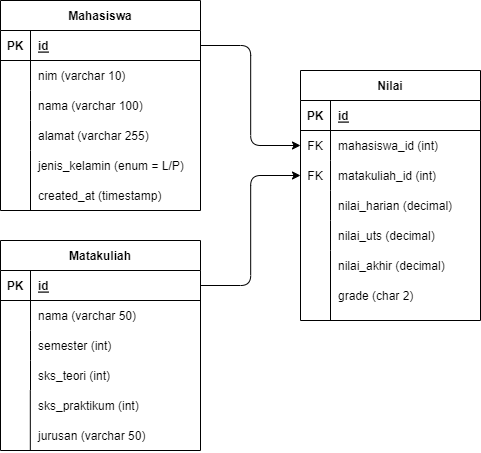
This is scheme.drawio.png from pahrulirfan/web-dasar-php-d3, a draw.io export, as it was before one commit. Source tidied: cells renumbered, new cells last; positions are measured from the earlier drawing's top-left corner, leaving out a move shared by most shapes. Source of this version:
```xml
<mxGraphModel>
  <root>
    <mxCell id="0" />
    <mxCell id="1" parent="0" />
    <mxCell id="2" value="Mahasiswa" style="shape=table;startSize=30;rowLines=0;fontStyle=1;align=center;" parent="1" vertex="1">
      <mxGeometry width="200" height="210" as="geometry" />
    </mxCell>
    <mxCell id="3" style="shape=tableRow;horizontal=0;startSize=0;swimlaneHead=0;swimlaneBody=0;fillColor=none;points=[[0,0.5],[1,0.5]];portConstraint=eastwest;top=0;left=0;right=0;bottom=1;" parent="2" vertex="1">
      <mxGeometry y="30" width="200" height="30" as="geometry" />
    </mxCell>
    <mxCell id="4" value="PK" style="shape=partialRectangle;fillColor=none;top=0;left=0;bottom=0;right=0;fontStyle=1;overflow=hidden;" parent="3" vertex="1">
      <mxGeometry width="30" height="30" as="geometry" />
    </mxCell>
    <mxCell id="5" value="id" style="shape=partialRectangle;fillColor=none;top=0;left=0;bottom=0;right=0;align=left;spacingLeft=6;fontStyle=5;overflow=hidden;" parent="3" vertex="1">
      <mxGeometry x="30" width="170" height="30" as="geometry" />
    </mxCell>
    <mxCell id="6" style="shape=tableRow;horizontal=0;startSize=0;swimlaneHead=0;swimlaneBody=0;fillColor=none;top=0;left=0;right=0;bottom=0;" parent="2" vertex="1">
      <mxGeometry y="60" width="200" height="30" as="geometry" />
    </mxCell>
    <mxCell id="7" style="shape=partialRectangle;fillColor=none;top=0;left=0;bottom=0;right=0;overflow=hidden;" parent="6" vertex="1">
      <mxGeometry width="30" height="30" as="geometry" />
    </mxCell>
    <mxCell id="8" value="nim (varchar 10)" style="shape=partialRectangle;fillColor=none;top=0;left=0;bottom=0;right=0;align=left;spacingLeft=6;overflow=hidden;" parent="6" vertex="1">
      <mxGeometry x="30" width="170" height="30" as="geometry" />
    </mxCell>
    <mxCell id="9" style="shape=tableRow;horizontal=0;startSize=0;swimlaneHead=0;swimlaneBody=0;fillColor=none;top=0;left=0;right=0;bottom=0;" parent="2" vertex="1">
      <mxGeometry y="90" width="200" height="30" as="geometry" />
    </mxCell>
    <mxCell id="10" style="shape=partialRectangle;fillColor=none;top=0;left=0;bottom=0;right=0;overflow=hidden;" parent="9" vertex="1">
      <mxGeometry width="30" height="30" as="geometry" />
    </mxCell>
    <mxCell id="11" value="nama (varchar 100)" style="shape=partialRectangle;fillColor=none;top=0;left=0;bottom=0;right=0;align=left;spacingLeft=6;overflow=hidden;" parent="9" vertex="1">
      <mxGeometry x="30" width="170" height="30" as="geometry" />
    </mxCell>
    <mxCell id="12" style="shape=tableRow;horizontal=0;startSize=0;swimlaneHead=0;swimlaneBody=0;fillColor=none;top=0;left=0;right=0;bottom=0;" parent="2" vertex="1">
      <mxGeometry y="120" width="200" height="30" as="geometry" />
    </mxCell>
    <mxCell id="13" style="shape=partialRectangle;fillColor=none;top=0;left=0;bottom=0;right=0;overflow=hidden;" parent="12" vertex="1">
      <mxGeometry width="30" height="30" as="geometry" />
    </mxCell>
    <mxCell id="14" value="alamat (varchar 255)" style="shape=partialRectangle;fillColor=none;top=0;left=0;bottom=0;right=0;align=left;spacingLeft=6;overflow=hidden;" parent="12" vertex="1">
      <mxGeometry x="30" width="170" height="30" as="geometry" />
    </mxCell>
    <mxCell id="15" value="jenis_kelamin (enum = L/P)" style="shape=partialRectangle;fillColor=none;top=0;left=0;bottom=0;right=0;align=left;spacingLeft=6;overflow=hidden;" parent="1" vertex="1">
      <mxGeometry x="30" y="150" width="170" height="30" as="geometry" />
    </mxCell>
    <mxCell id="16" value="Matakuliah" style="shape=table;startSize=30;rowLines=0;fontStyle=1;align=center;" parent="1" vertex="1">
      <mxGeometry y="240" width="200" height="210" as="geometry" />
    </mxCell>
    <mxCell id="17" style="shape=tableRow;horizontal=0;startSize=0;swimlaneHead=0;swimlaneBody=0;fillColor=none;points=[[0,0.5],[1,0.5]];portConstraint=eastwest;top=0;left=0;right=0;bottom=1;" parent="16" vertex="1">
      <mxGeometry y="30" width="200" height="30" as="geometry" />
    </mxCell>
    <mxCell id="18" value="PK" style="shape=partialRectangle;fillColor=none;top=0;left=0;bottom=0;right=0;fontStyle=1;overflow=hidden;" parent="17" vertex="1">
      <mxGeometry width="30" height="30" as="geometry" />
    </mxCell>
    <mxCell id="19" value="id" style="shape=partialRectangle;fillColor=none;top=0;left=0;bottom=0;right=0;align=left;spacingLeft=6;fontStyle=5;overflow=hidden;" parent="17" vertex="1">
      <mxGeometry x="30" width="170" height="30" as="geometry" />
    </mxCell>
    <mxCell id="20" style="shape=tableRow;horizontal=0;startSize=0;swimlaneHead=0;swimlaneBody=0;fillColor=none;top=0;left=0;right=0;bottom=0;" parent="16" vertex="1">
      <mxGeometry y="60" width="200" height="30" as="geometry" />
    </mxCell>
    <mxCell id="21" style="shape=partialRectangle;fillColor=none;top=0;left=0;bottom=0;right=0;overflow=hidden;" parent="20" vertex="1">
      <mxGeometry width="30" height="30" as="geometry" />
    </mxCell>
    <mxCell id="22" value="nama (varchar 50)" style="shape=partialRectangle;fillColor=none;top=0;left=0;bottom=0;right=0;align=left;spacingLeft=6;overflow=hidden;" parent="20" vertex="1">
      <mxGeometry x="30" width="170" height="30" as="geometry" />
    </mxCell>
    <mxCell id="23" style="shape=tableRow;horizontal=0;startSize=0;swimlaneHead=0;swimlaneBody=0;fillColor=none;top=0;left=0;right=0;bottom=0;" parent="16" vertex="1">
      <mxGeometry y="90" width="200" height="30" as="geometry" />
    </mxCell>
    <mxCell id="24" style="shape=partialRectangle;fillColor=none;top=0;left=0;bottom=0;right=0;overflow=hidden;" parent="23" vertex="1">
      <mxGeometry width="30" height="30" as="geometry" />
    </mxCell>
    <mxCell id="25" value="semester (int)" style="shape=partialRectangle;fillColor=none;top=0;left=0;bottom=0;right=0;align=left;spacingLeft=6;overflow=hidden;" parent="23" vertex="1">
      <mxGeometry x="30" width="170" height="30" as="geometry" />
    </mxCell>
    <mxCell id="26" style="shape=tableRow;horizontal=0;startSize=0;swimlaneHead=0;swimlaneBody=0;fillColor=none;top=0;left=0;right=0;bottom=0;" parent="16" vertex="1">
      <mxGeometry y="120" width="200" height="30" as="geometry" />
    </mxCell>
    <mxCell id="27" style="shape=partialRectangle;fillColor=none;top=0;left=0;bottom=0;right=0;overflow=hidden;" parent="26" vertex="1">
      <mxGeometry width="30" height="30" as="geometry" />
    </mxCell>
    <mxCell id="28" value="sks_teori (int)" style="shape=partialRectangle;fillColor=none;top=0;left=0;bottom=0;right=0;align=left;spacingLeft=6;overflow=hidden;" parent="26" vertex="1">
      <mxGeometry x="30" width="170" height="30" as="geometry" />
    </mxCell>
    <mxCell id="29" value="sks_praktikum (int)" style="shape=partialRectangle;fillColor=none;top=0;left=0;bottom=0;right=0;align=left;spacingLeft=6;overflow=hidden;" parent="1" vertex="1">
      <mxGeometry x="30" y="390" width="150" height="30" as="geometry" />
    </mxCell>
    <mxCell id="30" value="jurusan (varchar 50)" style="shape=partialRectangle;fillColor=none;top=0;left=0;bottom=0;right=0;align=left;spacingLeft=6;overflow=hidden;" parent="1" vertex="1">
      <mxGeometry x="30" y="420" width="150" height="30" as="geometry" />
    </mxCell>
    <mxCell id="31" style="endArrow=none;html=1;" parent="1" edge="1">
      <mxGeometry relative="1" as="geometry">
        <mxPoint x="29.8" y="450" as="sourcePoint" />
        <mxPoint x="29.8" y="390" as="targetPoint" />
      </mxGeometry>
    </mxCell>
    <mxCell id="32" style="endArrow=none;html=1;" parent="1" edge="1">
      <mxGeometry relative="1" as="geometry">
        <mxPoint x="30" y="210" as="sourcePoint" />
        <mxPoint x="30" y="150" as="targetPoint" />
      </mxGeometry>
    </mxCell>
    <mxCell id="33" value="Nilai" style="shape=table;startSize=30;rowLines=0;fontStyle=1;align=center;" parent="1" vertex="1">
      <mxGeometry x="300" y="70" width="180" height="250" as="geometry" />
    </mxCell>
    <mxCell id="34" style="shape=tableRow;horizontal=0;startSize=0;swimlaneHead=0;swimlaneBody=0;fillColor=none;top=0;left=0;right=0;bottom=1;" parent="33" vertex="1">
      <mxGeometry y="30" width="180" height="30" as="geometry" />
    </mxCell>
    <mxCell id="35" value="PK" style="shape=partialRectangle;fillColor=none;top=0;left=0;bottom=0;right=0;fontStyle=1;overflow=hidden;" parent="34" vertex="1">
      <mxGeometry width="30" height="30" as="geometry" />
    </mxCell>
    <mxCell id="36" value="id" style="shape=partialRectangle;fillColor=none;top=0;left=0;bottom=0;right=0;align=left;spacingLeft=6;fontStyle=5;overflow=hidden;" parent="34" vertex="1">
      <mxGeometry x="30" width="150" height="30" as="geometry" />
    </mxCell>
    <mxCell id="37" style="shape=tableRow;horizontal=0;startSize=0;swimlaneHead=0;swimlaneBody=0;fillColor=none;points=[[0,0.5],[1,0.5]];portConstraint=eastwest;top=0;left=0;right=0;bottom=0;" parent="33" vertex="1">
      <mxGeometry y="60" width="180" height="30" as="geometry" />
    </mxCell>
    <mxCell id="38" value="FK" style="shape=partialRectangle;fillColor=none;top=0;left=0;bottom=0;right=0;overflow=hidden;" parent="37" vertex="1">
      <mxGeometry width="30" height="30" as="geometry" />
    </mxCell>
    <mxCell id="39" value="mahasiswa_id (int)" style="shape=partialRectangle;fillColor=none;top=0;left=0;bottom=0;right=0;align=left;spacingLeft=6;overflow=hidden;" parent="37" vertex="1">
      <mxGeometry x="30" width="150" height="30" as="geometry" />
    </mxCell>
    <mxCell id="40" style="shape=tableRow;horizontal=0;startSize=0;swimlaneHead=0;swimlaneBody=0;fillColor=none;points=[[0,0.5],[1,0.5]];portConstraint=eastwest;top=0;left=0;right=0;bottom=0;" parent="33" vertex="1">
      <mxGeometry y="90" width="180" height="30" as="geometry" />
    </mxCell>
    <mxCell id="41" value="FK" style="shape=partialRectangle;fillColor=none;top=0;left=0;bottom=0;right=0;overflow=hidden;" parent="40" vertex="1">
      <mxGeometry width="30" height="30" as="geometry" />
    </mxCell>
    <mxCell id="42" value="matakuliah_id (int)" style="shape=partialRectangle;fillColor=none;top=0;left=0;bottom=0;right=0;align=left;spacingLeft=6;overflow=hidden;" parent="40" vertex="1">
      <mxGeometry x="30" width="150" height="30" as="geometry" />
    </mxCell>
    <mxCell id="43" style="shape=tableRow;horizontal=0;startSize=0;swimlaneHead=0;swimlaneBody=0;fillColor=none;top=0;left=0;right=0;bottom=0;" parent="33" vertex="1">
      <mxGeometry y="120" width="180" height="30" as="geometry" />
    </mxCell>
    <mxCell id="44" style="shape=partialRectangle;fillColor=none;top=0;left=0;bottom=0;right=0;overflow=hidden;" parent="43" vertex="1">
      <mxGeometry width="30" height="30" as="geometry" />
    </mxCell>
    <mxCell id="45" value="nilai_harian (decimal)" style="shape=partialRectangle;fillColor=none;top=0;left=0;bottom=0;right=0;align=left;spacingLeft=6;overflow=hidden;" parent="43" vertex="1">
      <mxGeometry x="30" width="150" height="30" as="geometry" />
    </mxCell>
    <mxCell id="46" value="nilai_uts (decimal)" style="shape=partialRectangle;fillColor=none;top=0;left=0;bottom=0;right=0;align=left;spacingLeft=6;overflow=hidden;" parent="1" vertex="1">
      <mxGeometry x="330" y="220" width="150" height="30" as="geometry" />
    </mxCell>
    <mxCell id="47" style="endArrow=none;html=1;" parent="1" edge="1">
      <mxGeometry relative="1" as="geometry">
        <mxPoint x="330" y="250" as="sourcePoint" />
        <mxPoint x="330" y="220" as="targetPoint" />
      </mxGeometry>
    </mxCell>
    <mxCell id="48" value="nilai_akhir (decimal)" style="shape=partialRectangle;fillColor=none;top=0;left=0;bottom=0;right=0;align=left;spacingLeft=6;overflow=hidden;" parent="1" vertex="1">
      <mxGeometry x="330" y="250" width="150" height="30" as="geometry" />
    </mxCell>
    <mxCell id="49" value="grade (char 2)" style="shape=partialRectangle;fillColor=none;top=0;left=0;bottom=0;right=0;align=left;spacingLeft=6;overflow=hidden;" parent="1" vertex="1">
      <mxGeometry x="330" y="280" width="150" height="30" as="geometry" />
    </mxCell>
    <mxCell id="50" style="endArrow=none;html=1;" parent="1" edge="1">
      <mxGeometry relative="1" as="geometry">
        <mxPoint x="330" y="320" as="sourcePoint" />
        <mxPoint x="330" y="250" as="targetPoint" />
      </mxGeometry>
    </mxCell>
    <mxCell id="51" style="endArrow=classic;html=1;exitX=1;exitY=0.5;exitDx=0;exitDy=0;entryX=0;entryY=0.5;entryDx=0;entryDy=0;edgeStyle=elbowEdgeStyle;" parent="1" edge="1" source="3" target="37">
      <mxGeometry relative="1" as="geometry" />
    </mxCell>
    <mxCell id="52" style="endArrow=classic;html=1;exitX=1;exitY=0.5;exitDx=0;exitDy=0;entryX=0;entryY=0.5;entryDx=0;entryDy=0;edgeStyle=elbowEdgeStyle;" parent="1" edge="1" source="17" target="40">
      <mxGeometry relative="1" as="geometry" />
    </mxCell>
    <mxCell id="53" value="created_at (timestamp)" style="shape=partialRectangle;fillColor=none;top=0;left=0;bottom=0;right=0;align=left;spacingLeft=6;overflow=hidden;" parent="1" vertex="1">
      <mxGeometry x="30" y="180" width="150" height="30" as="geometry" />
    </mxCell>
  </root>
</mxGraphModel>
```
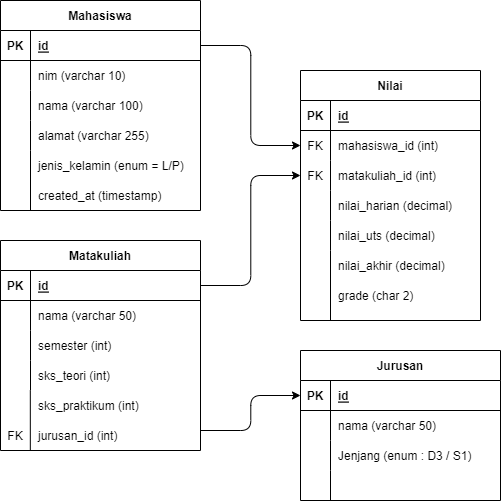
Later version of the same file.

The edit, as a diff of the source:
```diff
@@ -86,7 +86,7 @@
     <mxCell id="29" value="sks_praktikum (int)" style="shape=partialRectangle;fillColor=none;top=0;left=0;bottom=0;right=0;align=left;spacingLeft=6;overflow=hidden;" parent="1" vertex="1">
       <mxGeometry x="30" y="390" width="150" height="30" as="geometry" />
     </mxCell>
-    <mxCell id="30" value="jurusan (varchar 50)" style="shape=partialRectangle;fillColor=none;top=0;left=0;bottom=0;right=0;align=left;spacingLeft=6;overflow=hidden;" parent="1" vertex="1">
+    <mxCell id="30" value="jurusan_id (int)" style="shape=partialRectangle;fillColor=none;top=0;left=0;bottom=0;right=0;align=left;spacingLeft=6;overflow=hidden;" parent="1" vertex="1">
       <mxGeometry x="30" y="420" width="150" height="30" as="geometry" />
     </mxCell>
     <mxCell id="31" style="endArrow=none;html=1;" parent="1" edge="1">
@@ -170,5 +170,52 @@
     <mxCell id="53" value="created_at (timestamp)" style="shape=partialRectangle;fillColor=none;top=0;left=0;bottom=0;right=0;align=left;spacingLeft=6;overflow=hidden;" parent="1" vertex="1">
       <mxGeometry x="30" y="180" width="150" height="30" as="geometry" />
     </mxCell>
+    <mxCell id="54" value="Jurusan" style="shape=table;startSize=30;rowLines=0;fontStyle=1;align=center;" parent="1" vertex="1">
+      <mxGeometry x="300" y="350" width="200" height="150" as="geometry" />
+    </mxCell>
+    <mxCell id="55" style="shape=tableRow;horizontal=0;startSize=0;swimlaneHead=0;swimlaneBody=0;fillColor=none;points=[[0,0.5],[1,0.5]];portConstraint=eastwest;top=0;left=0;right=0;bottom=1;" parent="54" vertex="1">
+      <mxGeometry y="30" width="200" height="30" as="geometry" />
+    </mxCell>
+    <mxCell id="56" value="PK" style="shape=partialRectangle;fillColor=none;top=0;left=0;bottom=0;right=0;fontStyle=1;overflow=hidden;" parent="55" vertex="1">
+      <mxGeometry width="30" height="30" as="geometry" />
+    </mxCell>
+    <mxCell id="57" value="id" style="shape=partialRectangle;fillColor=none;top=0;left=0;bottom=0;right=0;align=left;spacingLeft=6;fontStyle=5;overflow=hidden;" parent="55" vertex="1">
+      <mxGeometry x="30" width="170" height="30" as="geometry" />
+    </mxCell>
+    <mxCell id="58" style="shape=tableRow;horizontal=0;startSize=0;swimlaneHead=0;swimlaneBody=0;fillColor=none;top=0;left=0;right=0;bottom=0;" parent="54" vertex="1">
+      <mxGeometry y="60" width="200" height="30" as="geometry" />
+    </mxCell>
+    <mxCell id="59" style="shape=partialRectangle;fillColor=none;top=0;left=0;bottom=0;right=0;overflow=hidden;" parent="58" vertex="1">
+      <mxGeometry width="30" height="30" as="geometry" />
+    </mxCell>
+    <mxCell id="60" value="nama (varchar 50)" style="shape=partialRectangle;fillColor=none;top=0;left=0;bottom=0;right=0;align=left;spacingLeft=6;overflow=hidden;" parent="58" vertex="1">
+      <mxGeometry x="30" width="170" height="30" as="geometry" />
+    </mxCell>
+    <mxCell id="61" style="shape=tableRow;horizontal=0;startSize=0;swimlaneHead=0;swimlaneBody=0;fillColor=none;top=0;left=0;right=0;bottom=0;" parent="54" vertex="1">
+      <mxGeometry y="90" width="200" height="30" as="geometry" />
+    </mxCell>
+    <mxCell id="62" style="shape=partialRectangle;fillColor=none;top=0;left=0;bottom=0;right=0;overflow=hidden;" parent="61" vertex="1">
+      <mxGeometry width="30" height="30" as="geometry" />
+    </mxCell>
+    <mxCell id="63" value="Jenjang (enum : D3 / S1)" style="shape=partialRectangle;fillColor=none;top=0;left=0;bottom=0;right=0;align=left;spacingLeft=6;overflow=hidden;" parent="61" vertex="1">
+      <mxGeometry x="30" width="170" height="30" as="geometry" />
+    </mxCell>
+    <mxCell id="64" style="shape=tableRow;horizontal=0;startSize=0;swimlaneHead=0;swimlaneBody=0;fillColor=none;top=0;left=0;right=0;bottom=0;" parent="54" vertex="1">
+      <mxGeometry y="120" width="200" height="30" as="geometry" />
+    </mxCell>
+    <mxCell id="65" style="shape=partialRectangle;fillColor=none;top=0;left=0;bottom=0;right=0;overflow=hidden;" parent="64" vertex="1">
+      <mxGeometry width="30" height="30" as="geometry" />
+    </mxCell>
+    <mxCell id="66" style="shape=partialRectangle;fillColor=none;top=0;left=0;bottom=0;right=0;align=left;spacingLeft=6;overflow=hidden;" parent="64" vertex="1">
+      <mxGeometry x="30" width="170" height="30" as="geometry" />
+    </mxCell>
+    <mxCell id="67" style="endArrow=classic;html=1;entryX=0;entryY=0.5;entryDx=0;entryDy=0;edgeStyle=elbowEdgeStyle;" parent="1" edge="1" target="55">
+      <mxGeometry relative="1" as="geometry">
+        <mxPoint x="200" y="430" as="sourcePoint" />
+      </mxGeometry>
+    </mxCell>
+    <mxCell id="68" value="FK" style="shape=partialRectangle;fillColor=none;top=0;left=0;bottom=0;right=0;overflow=hidden;" parent="1" vertex="1">
+      <mxGeometry y="420" width="30" height="30" as="geometry" />
+    </mxCell>
   </root>
 </mxGraphModel>
```
